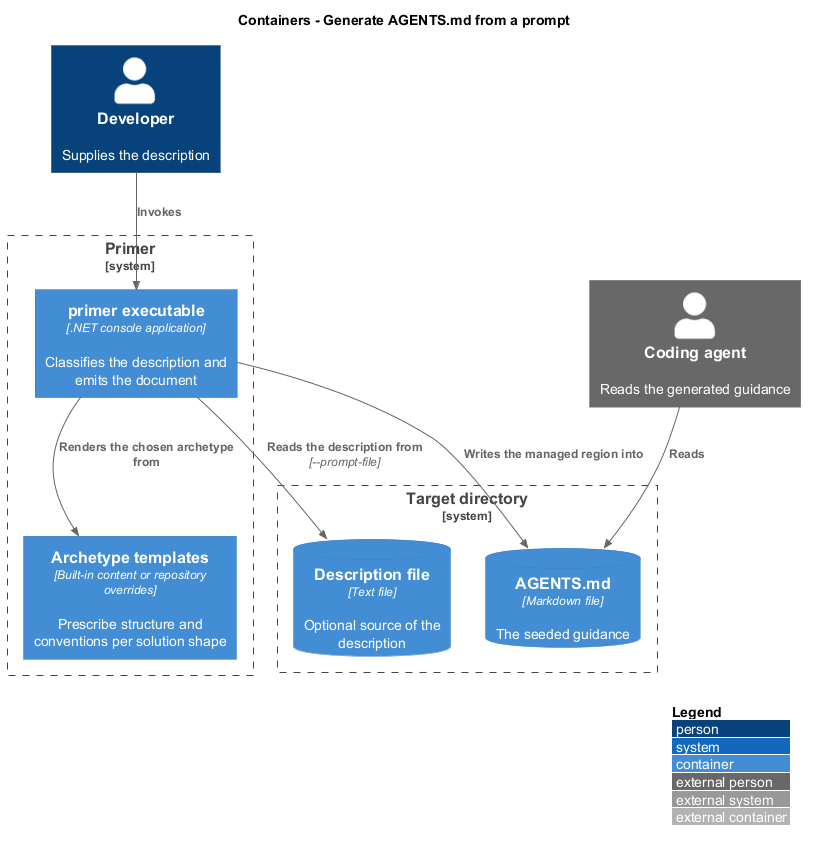
Before: docs/detailed-designs/agent-file-generation/generate-from-prompt/diagrams/c4-container.png, a diagram exported from PlantUML (QuinntyneBrown/primer). Its diagram source:
```plantuml
@startuml
!include <C4/C4_Container>
LAYOUT_WITH_LEGEND()
title Containers - Generate AGENTS.md from a prompt

Person(dev, "Developer", "Supplies the description")
Person_Ext(agent, "Coding agent", "Reads the generated guidance")

System_Boundary(primer, "Primer") {
  Container(exe, "primer executable", ".NET console application", "Classifies the description and emits the document")
  Container(archetypes, "Archetype templates", "Built-in content or repository overrides", "Prescribe structure and conventions per solution shape")
}

System_Boundary(target, "Target directory") {
  ContainerDb(brief, "Description file", "Text file", "Optional source of the description")
  ContainerDb(agentsmd, "AGENTS.md", "Markdown file", "The seeded guidance")
}

Rel(dev, exe, "Invokes")
Rel(exe, brief, "Reads the description from", "--prompt-file")
Rel(exe, archetypes, "Renders the chosen archetype from")
Rel(exe, agentsmd, "Writes the managed region into")
Rel(agent, agentsmd, "Reads")
@enduml
```
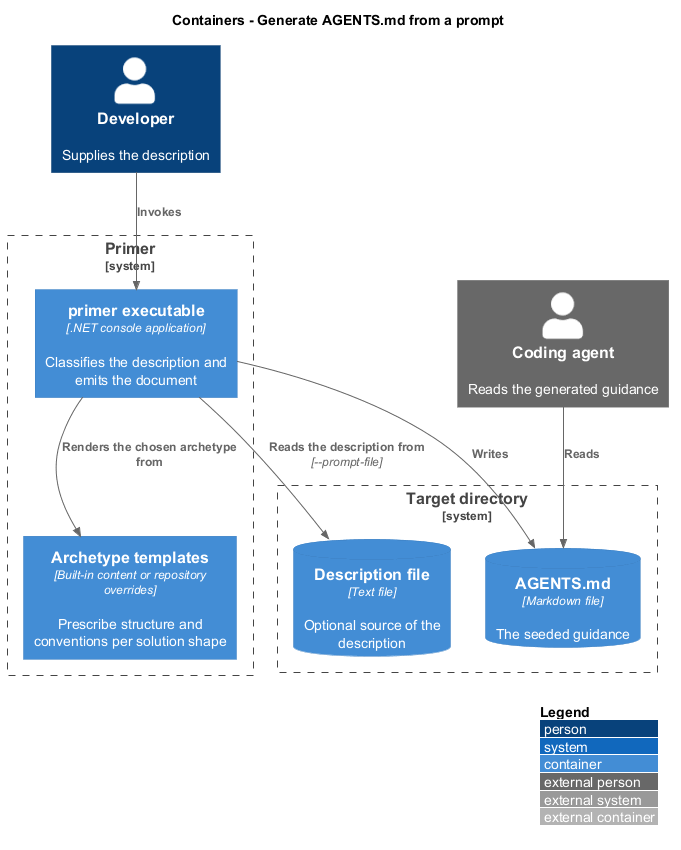
Later version of the same file.

Change to the diagram source:
```diff
@@ -19,6 +19,6 @@
 Rel(dev, exe, "Invokes")
 Rel(exe, brief, "Reads the description from", "--prompt-file")
 Rel(exe, archetypes, "Renders the chosen archetype from")
-Rel(exe, agentsmd, "Writes the managed region into")
+Rel(exe, agentsmd, "Writes")
 Rel(agent, agentsmd, "Reads")
 @enduml
```
